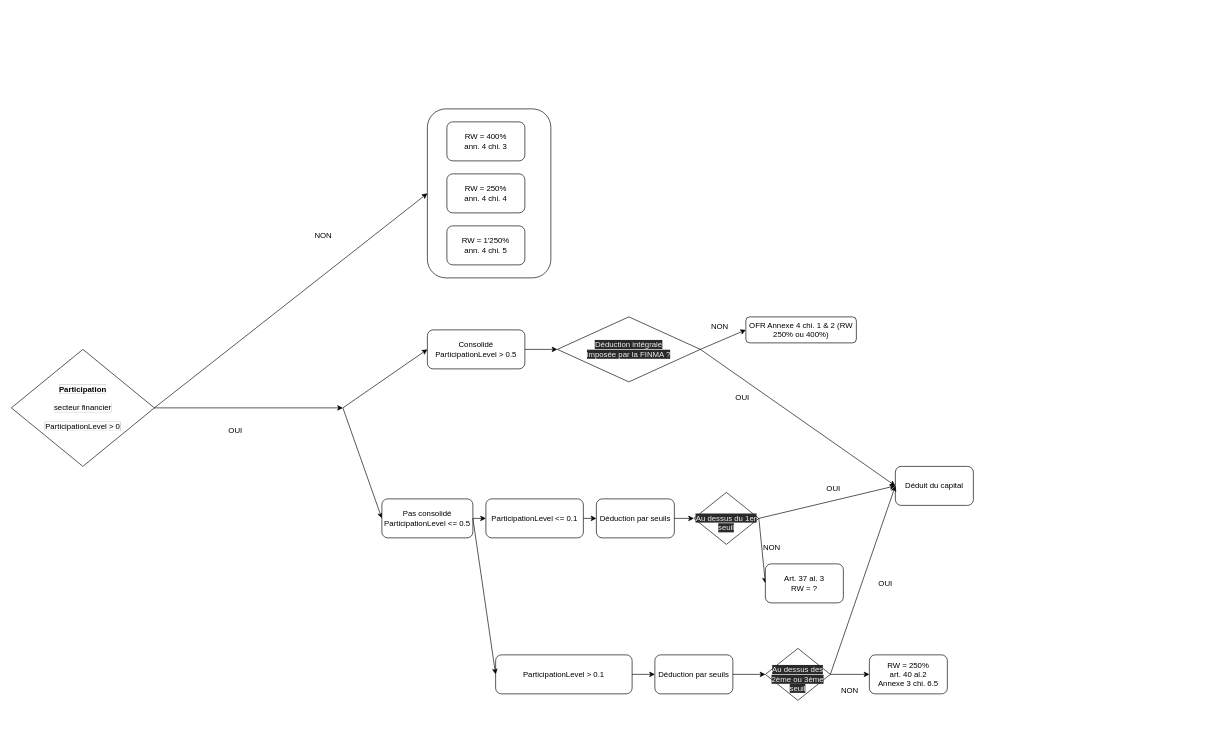
The draw.io diagram mkdocs/FunctionalDoc/diagrams/Participations.drawio in quadrum-solutions/quadrum-solutions.github.io, before the edit. Source tidied: cells renumbered, new cells numbered last; positions are measured from the earlier drawing's top-left corner, leaving out a move shared by most shapes. Both pictures are drawn from the tidied source at 65%, with x=0, y=0 at pixel (11, 109).
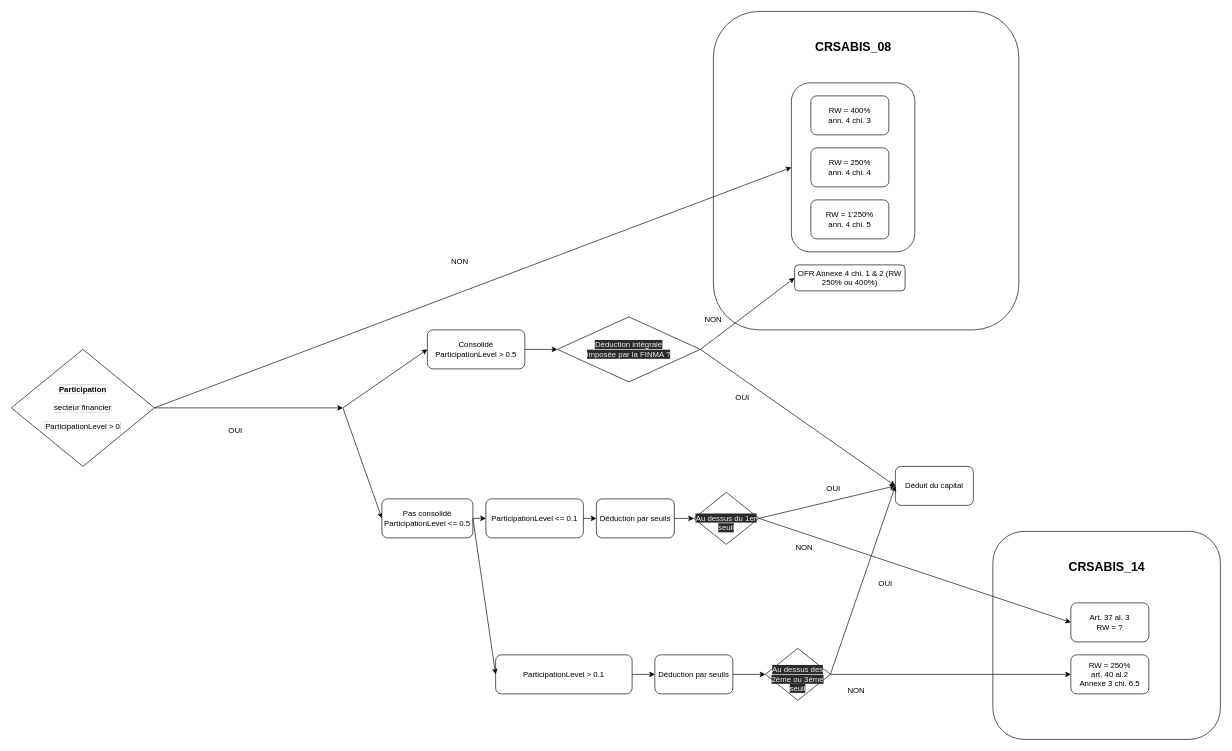
After the change.

Diff of the diagram source:
```diff
@@
+    <mxCell id="45" style="rounded=1;whiteSpace=wrap;html=1;" parent="1" vertex="1">
+      <mxGeometry x="1510" y="650" width="350" height="320" as="geometry" />
+    </mxCell>
+    <mxCell id="46" style="rounded=1;whiteSpace=wrap;html=1;" parent="1" vertex="1">
+      <mxGeometry x="1080" y="-150" width="470" height="490" as="geometry" />
+    </mxCell>
     <mxCell id="2" style="rounded=1;whiteSpace=wrap;html=1;" parent="1" vertex="1">
-      <mxGeometry x="640" width="190" height="260" as="geometry" />
+      <mxGeometry x="1200" y="-40" width="190" height="260" as="geometry" />
     </mxCell>
@@
     <mxCell id="10" value="OFR Annexe 4 chi. 1 &amp;amp; 2 (RW 250% ou 400%)" style="rounded=1;whiteSpace=wrap;html=1;" parent="1" vertex="1">
-      <mxGeometry x="1130" y="320" width="170" height="40" as="geometry" />
+      <mxGeometry x="1205" y="240" width="170" height="40" as="geometry" />
     </mxCell>
@@
     <mxCell id="20" value="NON" style="text;html=1;strokeColor=none;fillColor=none;align=center;verticalAlign=middle;whiteSpace=wrap;rounded=0;" parent="1" vertex="1">
-      <mxGeometry x="1140" y="660" width="60" height="30" as="geometry" />
+      <mxGeometry x="1190" y="660" width="60" height="30" as="geometry" />
     </mxCell>
@@
     <mxCell id="22" value="&lt;div&gt;Art. 37 al. 3&lt;/div&gt;&lt;div&gt;RW = ?&lt;/div&gt;" style="rounded=1;whiteSpace=wrap;html=1;" parent="1" vertex="1">
-      <mxGeometry x="1160" y="700" width="120" height="60" as="geometry" />
+      <mxGeometry x="1630" y="760" width="120" height="60" as="geometry" />
     </mxCell>
@@
     <mxCell id="24" value="RW = 250%&lt;br&gt;art. 40 al.2&lt;div&gt;Annexe 3 chi. 6.5&lt;/div&gt;" style="rounded=1;whiteSpace=wrap;html=1;" parent="1" vertex="1">
-      <mxGeometry x="1320" y="840" width="120" height="60" as="geometry" />
+      <mxGeometry x="1630" y="840" width="120" height="60" as="geometry" />
     </mxCell>
@@
     <mxCell id="34" value="NON" style="text;html=1;strokeColor=none;fillColor=none;align=center;verticalAlign=middle;whiteSpace=wrap;rounded=0;" parent="1" vertex="1">
-      <mxGeometry x="1060" y="320" width="60" height="30" as="geometry" />
+      <mxGeometry x="1050" y="310" width="60" height="30" as="geometry" />
     </mxCell>
@@
     <mxCell id="36" value="NON" style="text;html=1;strokeColor=none;fillColor=none;align=center;verticalAlign=middle;whiteSpace=wrap;rounded=0;" parent="1" vertex="1">
-      <mxGeometry x="1260" y="880" width="60" height="30" as="geometry" />
+      <mxGeometry x="1270" y="880" width="60" height="30" as="geometry" />
     </mxCell>
@@
     <mxCell id="38" value="RW = 250%&lt;br&gt;ann. 4 chi. 4" style="rounded=1;whiteSpace=wrap;html=1;" parent="1" vertex="1">
-      <mxGeometry x="670" y="100" width="120" height="60" as="geometry" />
+      <mxGeometry x="1230" y="60" width="120" height="60" as="geometry" />
     </mxCell>
     <mxCell id="39" value="RW = 400%&lt;br&gt;ann. 4 chi. 3" style="rounded=1;whiteSpace=wrap;html=1;" parent="1" vertex="1">
-      <mxGeometry x="670" y="20" width="120" height="60" as="geometry" />
+      <mxGeometry x="1230" y="-20" width="120" height="60" as="geometry" />
     </mxCell>
     <mxCell id="40" value="RW = 1'250%&lt;br&gt;ann. 4 chi. 5" style="rounded=1;whiteSpace=wrap;html=1;" parent="1" vertex="1">
-      <mxGeometry x="670" y="180" width="120" height="60" as="geometry" />
+      <mxGeometry x="1230" y="140" width="120" height="60" as="geometry" />
     </mxCell>
@@
     <mxCell id="44" value="NON" style="text;html=1;strokeColor=none;fillColor=none;align=center;verticalAlign=middle;whiteSpace=wrap;rounded=0;" parent="1" vertex="1">
-      <mxGeometry x="450" y="180" width="60" height="30" as="geometry" />
+      <mxGeometry x="660" y="220" width="60" height="30" as="geometry" />
     </mxCell>
+    <mxCell id="47" value="CRSABIS_08" style="text;html=1;strokeColor=none;fillColor=none;align=center;verticalAlign=middle;whiteSpace=wrap;rounded=0;fontStyle=1;fontSize=19;" parent="1" vertex="1">
+      <mxGeometry x="1227.5" y="-110" width="135" height="30" as="geometry" />
+    </mxCell>
+    <mxCell id="48" value="CRSABIS_14" style="text;html=1;strokeColor=none;fillColor=none;align=center;verticalAlign=middle;whiteSpace=wrap;rounded=0;fontStyle=1;fontSize=19;" parent="1" vertex="1">
+      <mxGeometry x="1617.5" y="690" width="135" height="30" as="geometry" />
+    </mxCell>
```
